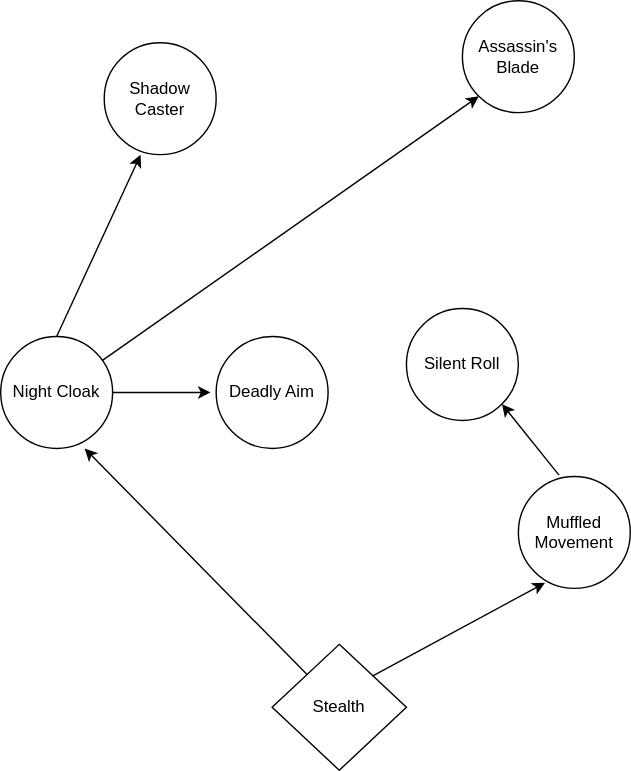
The draw.io diagram lath_docs/sneak/tree-sneak.drawio.svg in wellington364868/lath_legendsofaetherius, before a commit. Source tidied: cells renumbered, new cells last; positions are measured from the earlier drawing's top-left corner, leaving out a move shared by most shapes.
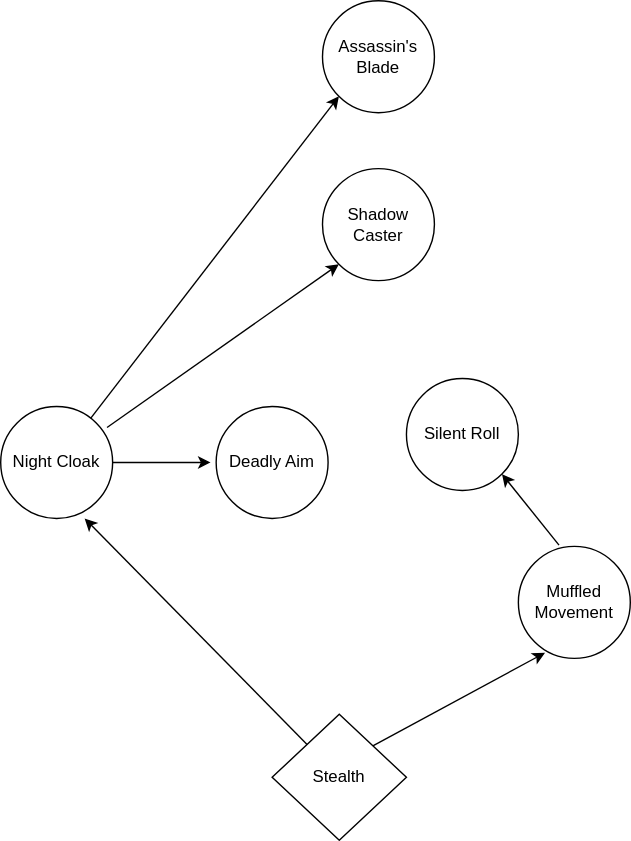
The same file after the commit.

Commit message:
base da arvore de sneak - adicionado suporte para Shadow Magic que pertencerá a arvore de Illusion

Change to the diagram source:
```diff
@@ -32,15 +32,15 @@
       </mxGeometry>
     </mxCell>
     <mxCell id="11" value="Assassin's Blade" style="ellipse;whiteSpace=wrap;html=1;" parent="1" vertex="1">
-      <mxGeometry x="330" width="80" height="80" as="geometry" />
+      <mxGeometry x="230" y="-50" width="80" height="80" as="geometry" />
     </mxCell>
     <mxCell id="12" style="endArrow=classic;html=1;rounded=0;entryX=0;entryY=1;entryDx=0;entryDy=0;" parent="1" edge="1" source="3" target="11">
       <mxGeometry relative="1" as="geometry" />
     </mxCell>
     <mxCell id="13" value="Shadow Caster" style="ellipse;whiteSpace=wrap;html=1;" parent="1" vertex="1">
-      <mxGeometry x="74" y="30" width="80" height="80" as="geometry" />
+      <mxGeometry x="230" y="70" width="80" height="80" as="geometry" />
     </mxCell>
-    <mxCell id="14" style="endArrow=classic;html=1;rounded=0;exitX=0.5;exitY=0;exitDx=0;exitDy=0;entryX=0.325;entryY=1;entryDx=0;entryDy=0;entryPerimeter=0;" parent="1" edge="1" source="3" target="13">
+    <mxCell id="14" style="endArrow=classic;html=1;rounded=0;exitX=0.95;exitY=0.188;exitDx=0;exitDy=0;entryX=0;entryY=1;entryDx=0;entryDy=0;exitPerimeter=0;" parent="1" edge="1" source="3" target="13">
       <mxGeometry relative="1" as="geometry" />
     </mxCell>
   </root>
```
